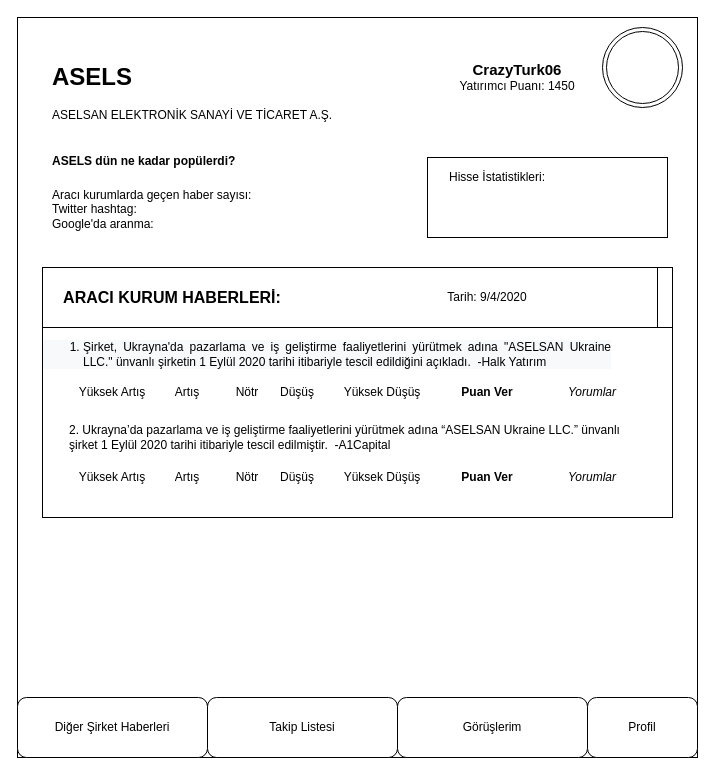
Before: page "Page-2" (2 of 3) of Untitled Diagram.drawio in baradyu/ulakfin, a draw.io diagram. Source tidied: cells renumbered, new cells numbered last; positions are measured from the earlier drawing's top-left corner, leaving out a move shared by most shapes. Both pictures are drawn from the tidied source at 100%, with x=0, y=0 at pixel (17, 17).
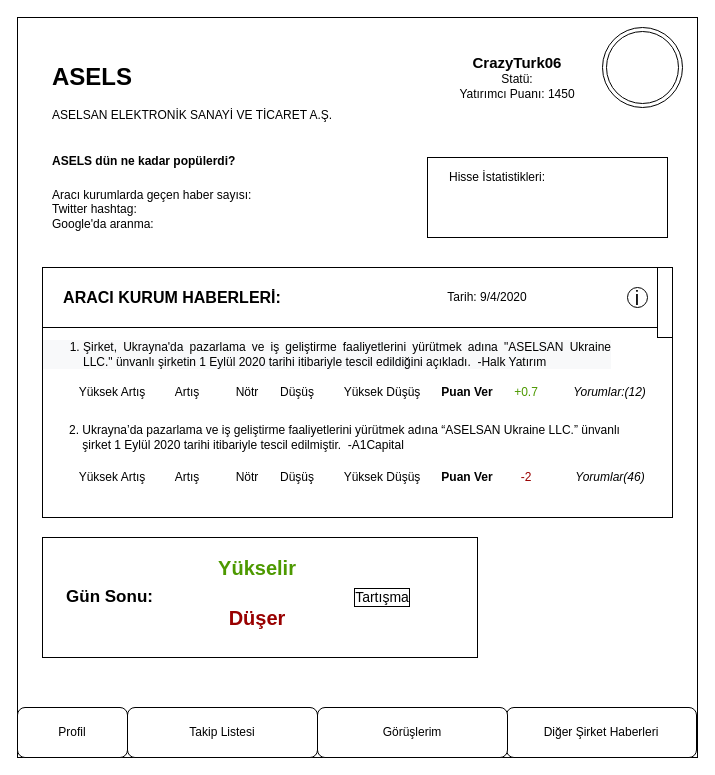
The same diagram, later.

The edit, as a diff of the source:
```diff
@@
     <mxCell id="12" value="Puan Ver" style="text;html=1;strokeColor=none;fillColor=none;align=center;verticalAlign=middle;whiteSpace=wrap;rounded=0;fontStyle=1;labelBackgroundColor=#ffffff;" parent="1" vertex="1">
-      <mxGeometry x="440" y="365" width="60" height="20" as="geometry" />
+      <mxGeometry x="420" y="365" width="60" height="20" as="geometry" />
     </mxCell>
@@
-    <mxCell id="18" value="Yorumlar" style="text;html=1;strokeColor=none;fillColor=none;align=center;verticalAlign=middle;whiteSpace=wrap;rounded=0;fontStyle=2;" parent="1" vertex="1">
-      <mxGeometry x="555" y="365" width="40" height="20" as="geometry" />
+    <mxCell id="18" value="Yorumlar:(12)" style="text;html=1;strokeColor=none;fillColor=none;align=center;verticalAlign=middle;whiteSpace=wrap;rounded=0;fontStyle=2;" parent="1" vertex="1">
+      <mxGeometry x="555" y="365" width="75" height="20" as="geometry" />
     </mxCell>
@@
-    <mxCell id="20" value="2. Ukrayna’da pazarlama ve iş geliştirme faaliyetlerini yürütmek adına “ASELSAN Ukraine LLC.” ünvanlı şirket 1 Eylül 2020 tarihi itibariyle tescil edilmiştir.&amp;nbsp; -A1Capital" style="text;html=1;strokeColor=none;fillColor=none;align=left;verticalAlign=middle;whiteSpace=wrap;rounded=0;labelBackgroundColor=#ffffff;fontColor=#000000;" parent="1" vertex="1">
+    <mxCell id="20" value="2. Ukrayna’da pazarlama ve iş geliştirme faaliyetlerini yürütmek adına “ASELSAN Ukraine LLC.” ünvanlı&amp;nbsp; &amp;nbsp; &amp;nbsp; şirket 1 Eylül 2020 tarihi itibariyle tescil edilmiştir.&amp;nbsp; -A1Capital" style="text;html=1;strokeColor=none;fillColor=none;align=left;verticalAlign=middle;whiteSpace=wrap;rounded=0;labelBackgroundColor=#ffffff;fontColor=#000000;" parent="1" vertex="1">
       <mxGeometry x="50" y="410" width="560" height="20" as="geometry" />
     </mxCell>
@@
     <mxCell id="26" value="Puan Ver" style="text;html=1;strokeColor=none;fillColor=none;align=center;verticalAlign=middle;whiteSpace=wrap;rounded=0;fontStyle=1;labelBackgroundColor=#ffffff;" parent="1" vertex="1">
-      <mxGeometry x="440" y="450" width="60" height="20" as="geometry" />
+      <mxGeometry x="420" y="450" width="60" height="20" as="geometry" />
     </mxCell>
-    <mxCell id="27" value="Yorumlar" style="text;html=1;strokeColor=none;fillColor=none;align=center;verticalAlign=middle;whiteSpace=wrap;rounded=0;fontStyle=2;" parent="1" vertex="1">
-      <mxGeometry x="555" y="450" width="40" height="20" as="geometry" />
+    <mxCell id="27" value="Yorumlar(46)" style="text;html=1;strokeColor=none;fillColor=none;align=center;verticalAlign=middle;whiteSpace=wrap;rounded=0;fontStyle=2;" parent="1" vertex="1">
+      <mxGeometry x="572.5" y="450" width="40" height="20" as="geometry" />
     </mxCell>
     <mxCell id="28" style="rounded=0;whiteSpace=wrap;html=1;labelBackgroundColor=#ffffff;fontColor=#000000;align=left;" parent="1" vertex="1">
-      <mxGeometry x="640" y="250" width="15" height="60" as="geometry" />
+      <mxGeometry x="640" y="250" width="15" height="70" as="geometry" />
     </mxCell>
     <mxCell id="29" value="Diğer Şirket Haberleri" style="rounded=1;whiteSpace=wrap;html=1;labelBackgroundColor=#ffffff;fontColor=#000000;align=center;" parent="1" vertex="1">
-      <mxGeometry y="680" width="190" height="60" as="geometry" />
+      <mxGeometry x="489" y="690" width="190" height="50" as="geometry" />
     </mxCell>
     <mxCell id="30" value="Takip Listesi" style="rounded=1;whiteSpace=wrap;html=1;labelBackgroundColor=#ffffff;fontColor=#000000;align=center;" parent="1" vertex="1">
-      <mxGeometry x="190" y="680" width="190" height="60" as="geometry" />
+      <mxGeometry x="110" y="690" width="190" height="50" as="geometry" />
     </mxCell>
     <mxCell id="31" value="Görüşlerim" style="rounded=1;whiteSpace=wrap;html=1;labelBackgroundColor=#ffffff;fontColor=#000000;align=center;" parent="1" vertex="1">
-      <mxGeometry x="380" y="680" width="190" height="60" as="geometry" />
+      <mxGeometry x="300" y="690" width="190" height="50" as="geometry" />
     </mxCell>
     <mxCell id="32" value="Profil" style="rounded=1;whiteSpace=wrap;html=1;labelBackgroundColor=#ffffff;fontColor=#000000;align=center;" parent="1" vertex="1">
-      <mxGeometry x="570" y="680" width="110" height="60" as="geometry" />
+      <mxGeometry y="690" width="110" height="50" as="geometry" />
     </mxCell>
@@
-    <mxCell id="35" value="&lt;b&gt;&lt;font style=&quot;font-size: 15px&quot;&gt;CrazyTurk06&lt;/font&gt;&lt;/b&gt;&lt;br&gt;Yatırımcı Puanı: 1450" style="text;html=1;strokeColor=none;fillColor=none;align=center;verticalAlign=middle;whiteSpace=wrap;rounded=0;labelBackgroundColor=#ffffff;fontColor=#000000;" parent="1" vertex="1">
+    <mxCell id="35" value="&lt;b&gt;&lt;font style=&quot;font-size: 15px&quot;&gt;CrazyTurk06&lt;br&gt;&lt;/font&gt;&lt;/b&gt;Statü:&lt;br&gt;Yatırımcı Puanı: 1450" style="text;html=1;strokeColor=none;fillColor=none;align=center;verticalAlign=middle;whiteSpace=wrap;rounded=0;labelBackgroundColor=#ffffff;fontColor=#000000;" parent="1" vertex="1">
       <mxGeometry x="430" y="50" width="140" height="20" as="geometry" />
     </mxCell>
+    <mxCell id="36" value="&lt;font color=&quot;#4d9900&quot;&gt;+0.7&lt;/font&gt;" style="text;html=1;strokeColor=none;fillColor=none;align=center;verticalAlign=middle;whiteSpace=wrap;rounded=0;fontColor=#00CC00;" parent="1" vertex="1">
+      <mxGeometry x="489" y="365" width="40" height="20" as="geometry" />
+    </mxCell>
+    <mxCell id="37" value="&lt;font color=&quot;#990000&quot;&gt;-2&lt;/font&gt;" style="text;html=1;strokeColor=none;fillColor=none;align=center;verticalAlign=middle;whiteSpace=wrap;rounded=0;fontColor=#00CC00;" parent="1" vertex="1">
+      <mxGeometry x="489" y="450" width="40" height="20" as="geometry" />
+    </mxCell>
+    <mxCell id="38" style="rounded=0;whiteSpace=wrap;html=1;fontColor=#000000;" parent="1" vertex="1">
+      <mxGeometry x="25" y="520" width="435" height="120" as="geometry" />
+    </mxCell>
+    <mxCell id="39" value="&lt;font style=&quot;font-size: 17px&quot;&gt;&lt;b&gt;Gün Sonu:&lt;/b&gt;&lt;/font&gt;" style="text;html=1;strokeColor=none;fillColor=none;align=center;verticalAlign=middle;whiteSpace=wrap;rounded=0;fontColor=#000000;" parent="1" vertex="1">
+      <mxGeometry x="45" y="570" width="95" height="20" as="geometry" />
+    </mxCell>
+    <mxCell id="40" value="&lt;font style=&quot;font-size: 20px&quot; color=&quot;#4d9900&quot;&gt;Yükselir&lt;/font&gt;" style="text;html=1;strokeColor=none;fillColor=none;align=center;verticalAlign=middle;whiteSpace=wrap;rounded=0;fontColor=#000000;fontStyle=1;fontSize=20;" parent="1" vertex="1">
+      <mxGeometry x="220" y="540" width="40" height="20" as="geometry" />
+    </mxCell>
+    <mxCell id="41" value="&lt;font color=&quot;#990000&quot;&gt;Düşer&lt;/font&gt;" style="text;html=1;strokeColor=none;fillColor=none;align=center;verticalAlign=middle;whiteSpace=wrap;rounded=0;fontSize=20;fontColor=#000000;fontStyle=1;" parent="1" vertex="1">
+      <mxGeometry x="220" y="590" width="40" height="20" as="geometry" />
+    </mxCell>
+    <mxCell id="42" value="i" style="ellipse;whiteSpace=wrap;html=1;fontSize=20;fontColor=#000000;" parent="1" vertex="1">
+      <mxGeometry x="610" y="270" width="20" height="20" as="geometry" />
+    </mxCell>
+    <mxCell id="43" value="Tartışma" style="text;html=1;strokeColor=none;fillColor=none;align=center;verticalAlign=middle;whiteSpace=wrap;rounded=0;labelBackgroundColor=none;fontSize=14;fontColor=#000000;labelBorderColor=#000000;" parent="1" vertex="1">
+      <mxGeometry x="345" y="570" width="40" height="20" as="geometry" />
+    </mxCell>
```
